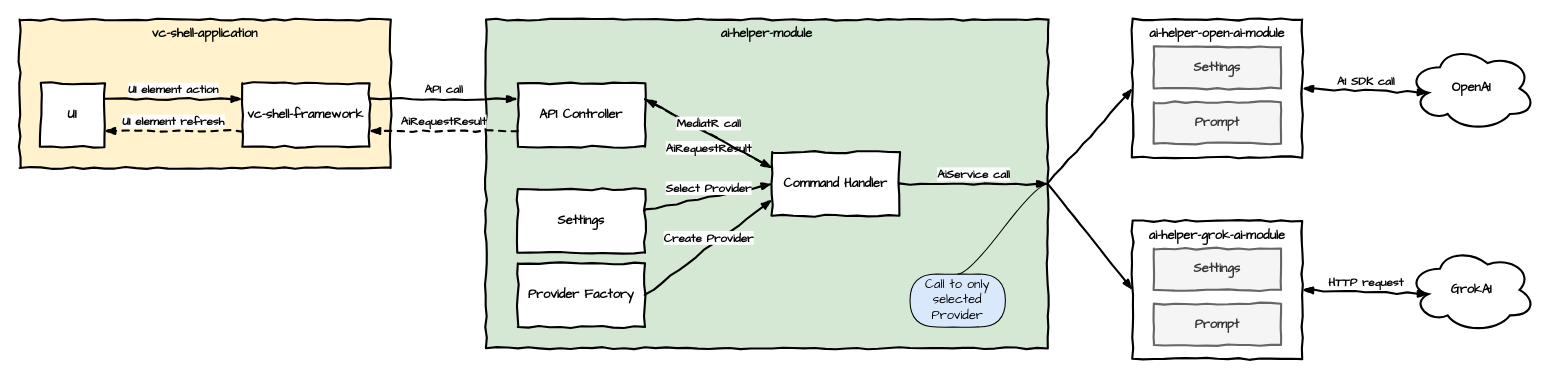
This is page "Request Diagram" (2 of 2) of docs/media/diagram-architecture.drawio from VirtoCommerce/vc-module-ai-helper, a draw.io file, before an edit. Source tidied: cells renumbered, new cells numbered last; positions are measured from the earlier drawing's top-left corner, leaving out a move shared by most shapes. Both pictures are drawn from the tidied source at 106%, with x=0, y=0 at pixel (19, 19).
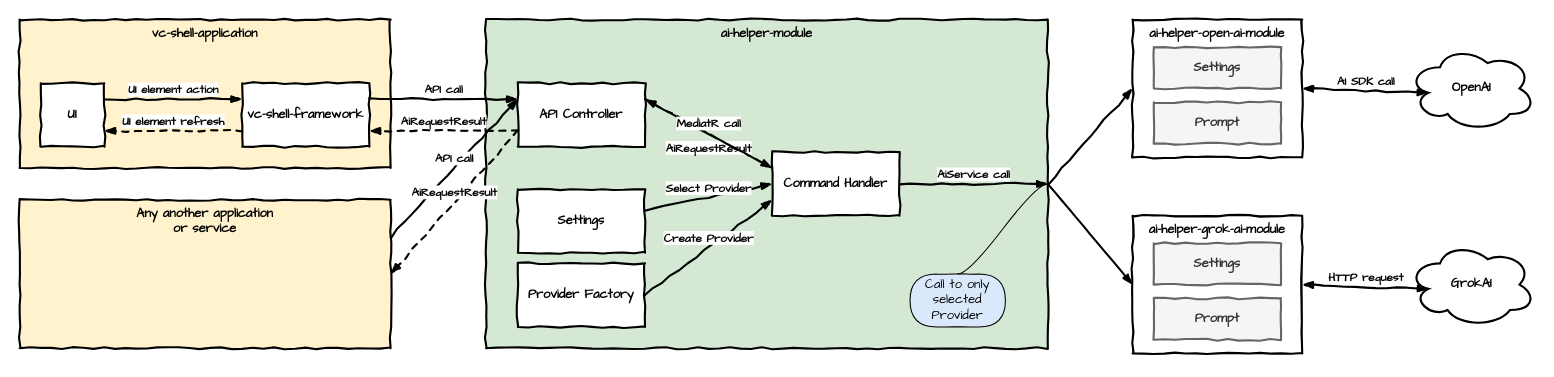
The same page after the edit.

Unchanged cells that the change refers to:
```xml
<mxCell id="9" value="API Controller" style="html=1;whiteSpace=wrap;comic=1;strokeWidth=2;fontFamily=Comic Sans MS;fontStyle=1;horizontal=1;" parent="1" vertex="1">
  <mxGeometry x="470" y="60" width="120" height="60" as="geometry" />
</mxCell>
```

What changed in the source:
```diff
@@
     <mxCell id="6" value="GrokAI" style="ellipse;shape=cloud;whiteSpace=wrap;html=1;strokeWidth=2;fontFamily=Comic Sans MS;fontStyle=1;" parent="1" vertex="1">
-      <mxGeometry x="1310" y="215" width="120" height="80" as="geometry" />
+      <mxGeometry x="1310" y="210" width="120" height="80" as="geometry" />
     </mxCell>
@@
     <mxCell id="12" style="group;fillColor=#f5f5f5;strokeColor=#666666;fontColor=#333333;" parent="1" vertex="1">
-      <mxGeometry x="1050" y="190" width="160" height="130" as="geometry" />
+      <mxGeometry x="1050" y="185" width="160" height="130" as="geometry" />
     </mxCell>
@@
+    <mxCell id="35" value="Any another application&lt;br&gt;or service" style="html=1;whiteSpace=wrap;comic=1;strokeWidth=2;fontFamily=Comic Sans MS;fontStyle=1;verticalAlign=top;fillColor=#fff2cc;strokeColor=#000000;" parent="1" vertex="1">
+      <mxGeometry y="170" width="350" height="140" as="geometry" />
+    </mxCell>
+    <mxCell id="36" value="API call" style="rounded=0;comic=1;strokeWidth=2;endArrow=blockThin;html=1;fontFamily=Comic Sans MS;fontStyle=1;exitX=1;exitY=0.25;exitDx=0;exitDy=0;verticalAlign=bottom;entryX=0;entryY=0.25;entryDx=0;entryDy=0;" parent="1" edge="1" source="35" target="9">
+      <mxGeometry relative="1" as="geometry" />
+    </mxCell>
+    <mxCell id="37" value="AiRequestResult" style="rounded=0;comic=1;strokeWidth=2;endArrow=blockThin;html=1;fontFamily=Comic Sans MS;fontStyle=1;entryX=1;entryY=0.5;entryDx=0;entryDy=0;exitX=0;exitY=0.75;exitDx=0;exitDy=0;dashed=1;verticalAlign=bottom;" parent="1" edge="1" source="9" target="35">
+      <mxGeometry relative="1" as="geometry" />
+    </mxCell>
```
